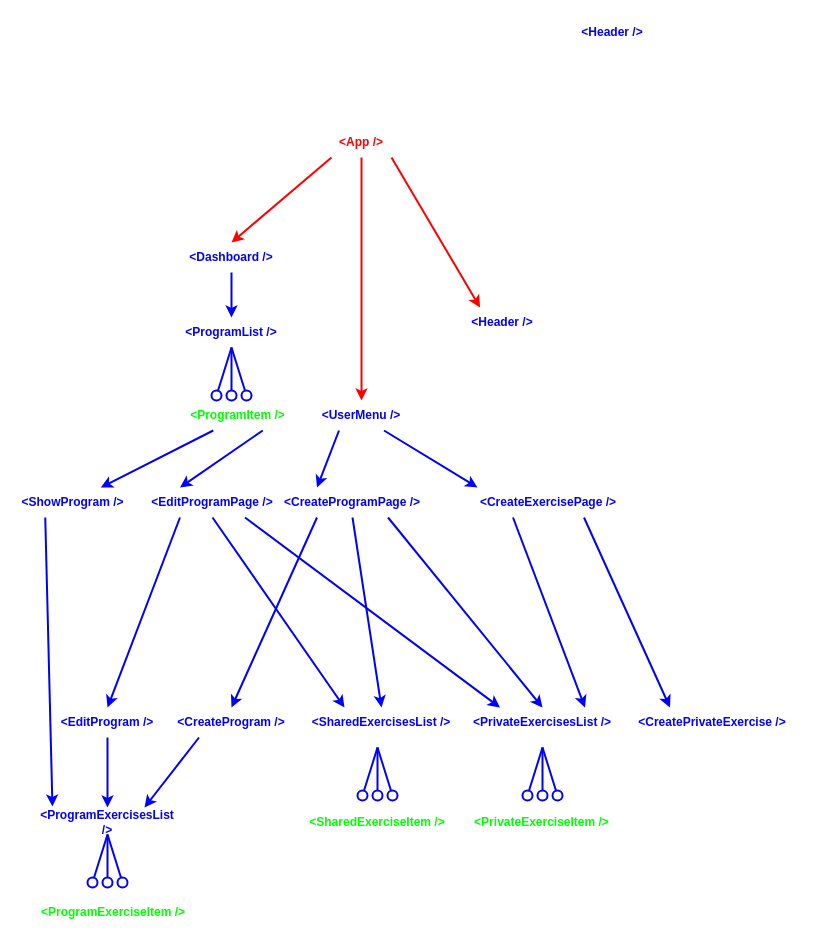
Before: component_tree/Component_Tree_Final_Version.drawio in Svennas/personal-workouts-app-project, a draw.io diagram. Source tidied: cells renumbered, new cells numbered last; positions are measured from the earlier drawing's top-left corner, leaving out a move shared by most shapes. Both pictures are drawn from the tidied source at 100%, with x=0, y=0 at pixel (17, 17).
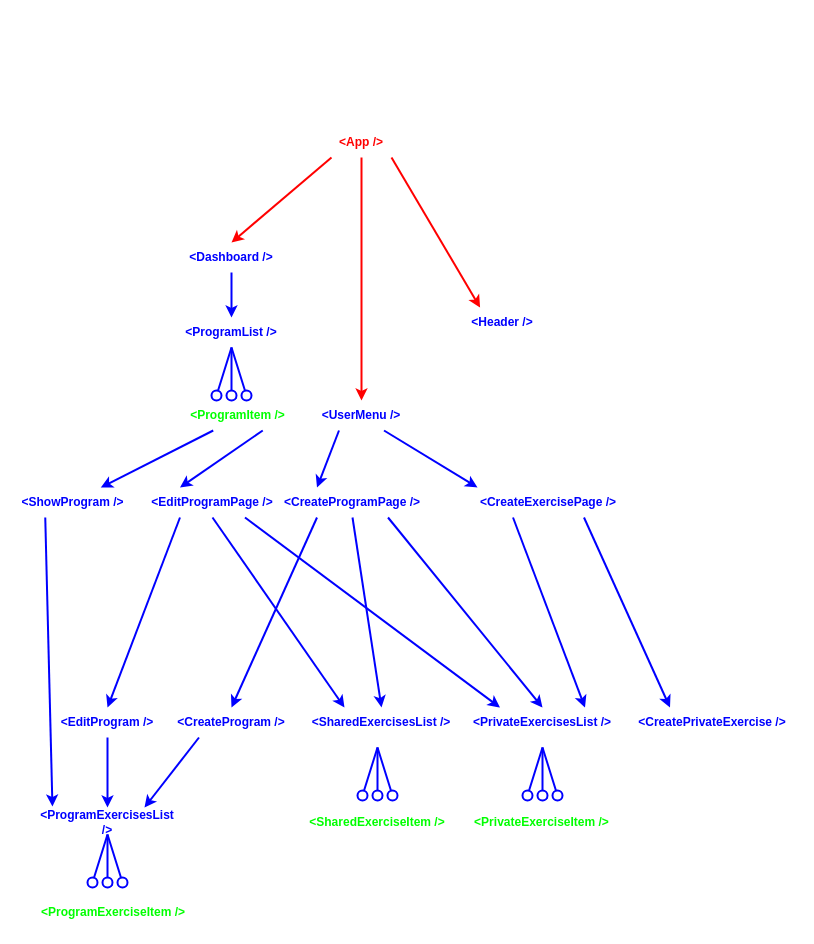
The same diagram, later.

Commit message (it also covers changes not shown here):
Small changes to final version of Component Tree

What changed in the source:
```diff
@@
-    <mxCell id="29" value="&lt;font color=&quot;#0000ff&quot;&gt;&lt;b&gt;&amp;lt;Header /&amp;gt;&lt;/b&gt;&lt;/font&gt;" style="text;html=1;strokeColor=none;fillColor=none;align=center;verticalAlign=middle;whiteSpace=wrap;rounded=0;" parent="1" vertex="1">
-      <mxGeometry x="550" width="90" height="30" as="geometry" />
-    </mxCell>
```
